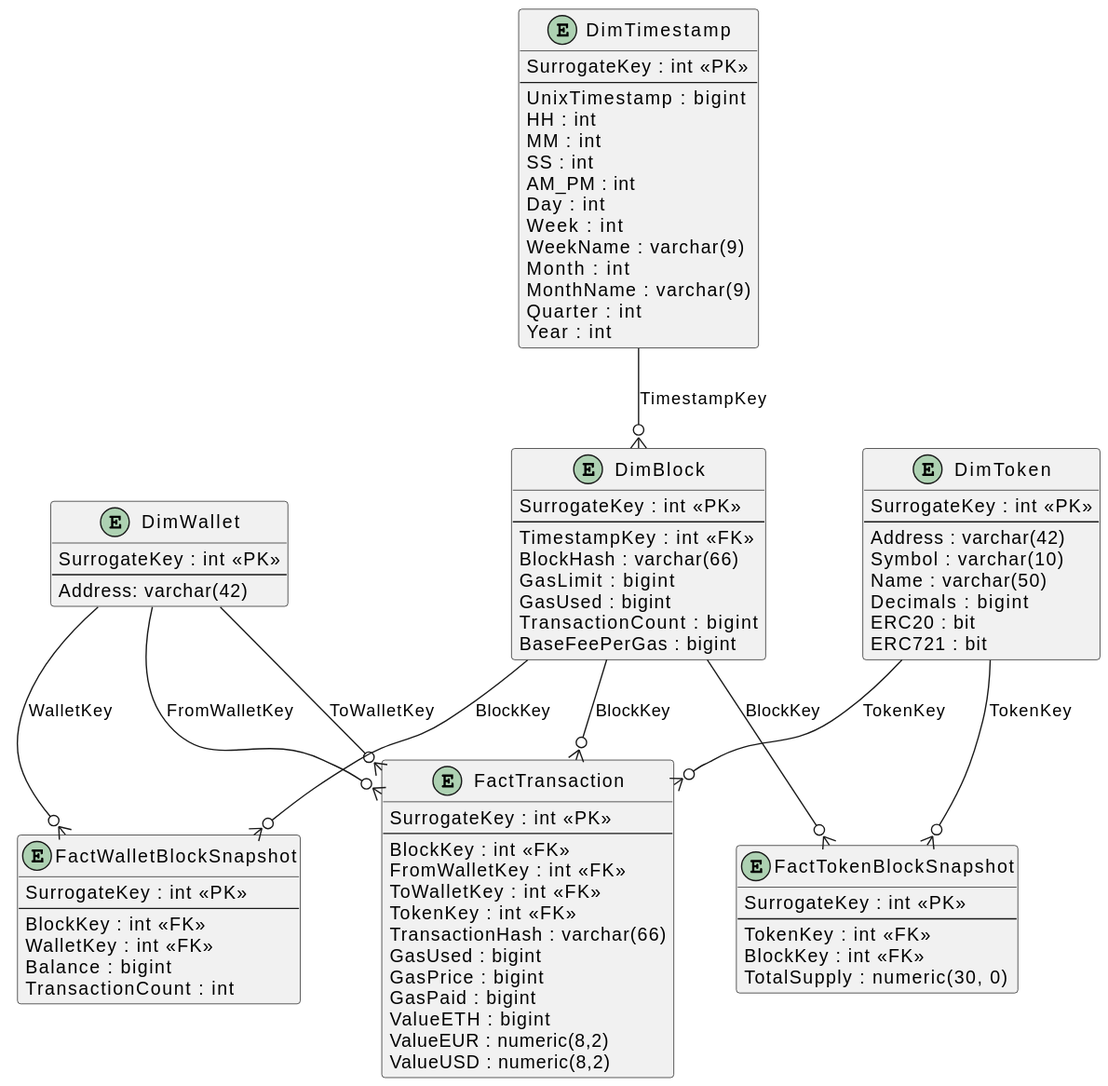
8200383/ethereum-chain-analysis-and-data-warehouse-design keeps this PlantUML diagram as diagrams/DW.svg. Above is the earlier version. Source of this version:
```plantuml
@startuml
entity "FactTransaction" {
   SurrogateKey : int <<PK>>
--
   BlockKey : int <<FK>>
   FromWalletKey : int <<FK>>
   ToWalletKey : int <<FK>>
   TokenKey : int <<FK>>
   TransactionHash : varchar(66)
   GasUsed : bigint
   GasPrice : bigint
   GasPaid : bigint
   ValueETH : bigint
   ValueEUR : numeric(8,2)
   ValueUSD : numeric(8,2)
}
entity "DimTimestamp" {
   SurrogateKey : int <<PK>>
  --
   UnixTimestamp : bigint
   HH : int
   MM : int
   SS : int
   AM_PM : int
   Day : int
   Week : int
   WeekName : varchar(9)
   Month : int
   MonthName : varchar(9)
   Quarter : int
   Year : int
}

entity "DimBlock" {
   SurrogateKey : int <<PK>>
  --
   TimestampKey : int <<FK>>
   BlockHash : varchar(66)
   GasLimit : bigint
   GasUsed : bigint
   TransactionCount : bigint
   BaseFeePerGas : bigint
}

entity "DimToken" {
   SurrogateKey : int <<PK>>
--
   Address : varchar(42)
   Symbol : varchar(10)
   Name : varchar(50)
   Decimals : bigint
   ERC20 : bit
   ERC721 : bit
}

entity "FactTokenBlockSnapshot" {
   SurrogateKey : int <<PK>>
  --
   TokenKey : int <<FK>>
   BlockKey : int <<FK>>
   TotalSupply : numeric(30, 0)
}

entity "FactWalletBlockSnapshot" {
   SurrogateKey : int <<PK>>
  --
   BlockKey : int <<FK>>
   WalletKey : int <<FK>>
   Balance : bigint
   TransactionCount : int
}
entity "DimWallet" {
SurrogateKey : int <<PK>>
--
Address: varchar(42)
}
"DimWallet" --o{ "FactTransaction" : "FromWalletKey"
"DimWallet" --o{ "FactTransaction" : "ToWalletKey"
"DimTimestamp" --o{ "DimBlock" : "TimestampKey"
"DimToken" --o{ "FactTokenBlockSnapshot" : "TokenKey"
"DimBlock" --o{ "FactTokenBlockSnapshot" : "BlockKey"
"DimBlock" --o{ "FactWalletBlockSnapshot" : "BlockKey"
"DimWallet" --o{ "FactWalletBlockSnapshot" : "WalletKey"
"DimBlock" --o{ "FactTransaction" : "BlockKey"
"DimToken" --o{ "FactTransaction" : "TokenKey"
@enduml
```
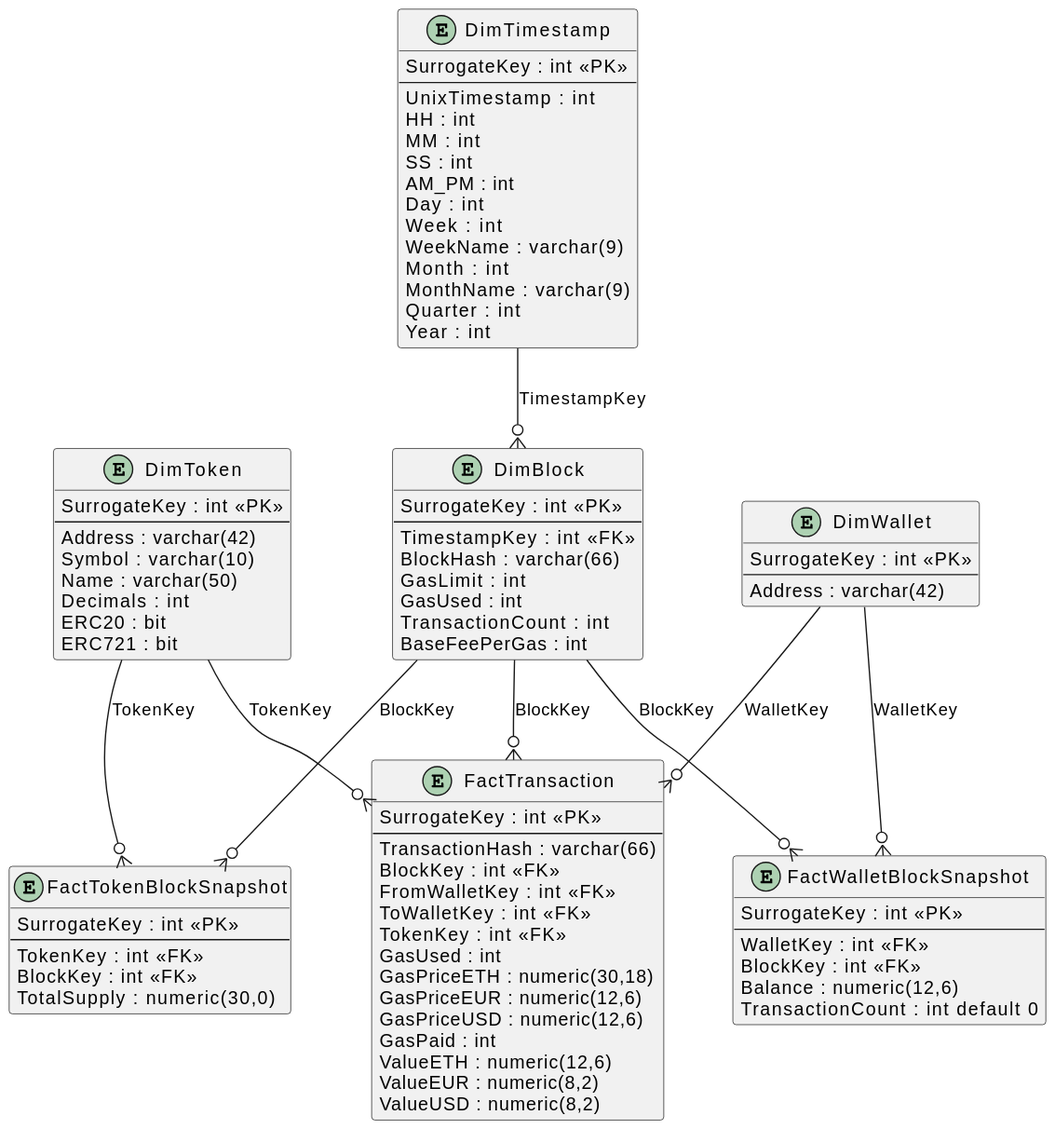
Later version of the same file.

Change to the diagram source:
```diff
@@ -1,81 +1,87 @@
 @startuml
-entity "FactTransaction" {
-   SurrogateKey : int <<PK>>
+!define FOREIGN_KEY(c1, t1, c2, t2) c1 --|> t1 : c1
+!define PRIMARY_KEY(c, t) c --|> t : c
+
+entity "DimTimestamp" {
+  SurrogateKey : int <<PK>>
 --
-   BlockKey : int <<FK>>
-   FromWalletKey : int <<FK>>
-   ToWalletKey : int <<FK>>
-   TokenKey : int <<FK>>
-   TransactionHash : varchar(66)
-   GasUsed : bigint
-   GasPrice : bigint
-   GasPaid : bigint
-   ValueETH : bigint
-   ValueEUR : numeric(8,2)
-   ValueUSD : numeric(8,2)
-}
-entity "DimTimestamp" {
-   SurrogateKey : int <<PK>>
-  --
-   UnixTimestamp : bigint
-   HH : int
-   MM : int
-   SS : int
-   AM_PM : int
-   Day : int
-   Week : int
-   WeekName : varchar(9)
-   Month : int
-   MonthName : varchar(9)
-   Quarter : int
-   Year : int
+  UnixTimestamp : int
+  HH : int
+  MM : int
+  SS : int
+  AM_PM : int
+  Day : int
+  Week : int
+  WeekName : varchar(9)
+  Month : int
+  MonthName : varchar(9)
+  Quarter : int
+  Year : int
 }
 
 entity "DimBlock" {
-   SurrogateKey : int <<PK>>
-  --
-   TimestampKey : int <<FK>>
-   BlockHash : varchar(66)
-   GasLimit : bigint
-   GasUsed : bigint
-   TransactionCount : bigint
-   BaseFeePerGas : bigint
+  SurrogateKey : int <<PK>>
+--
+  TimestampKey : int <<FK>>
+  BlockHash : varchar(66)
+  GasLimit : int
+  GasUsed : int
+  TransactionCount : int
+  BaseFeePerGas : int
 }
 
 entity "DimToken" {
-   SurrogateKey : int <<PK>>
+  SurrogateKey : int <<PK>>
 --
-   Address : varchar(42)
-   Symbol : varchar(10)
-   Name : varchar(50)
-   Decimals : bigint
-   ERC20 : bit
-   ERC721 : bit
+  Address : varchar(42)
+  Symbol : varchar(10)
+  Name : varchar(50)
+  Decimals : int
+  ERC20 : bit
+  ERC721 : bit
+}
+
+entity "DimWallet" {
+  SurrogateKey : int <<PK>>
+--
+  Address : varchar(42)
 }
 
 entity "FactTokenBlockSnapshot" {
-   SurrogateKey : int <<PK>>
-  --
-   TokenKey : int <<FK>>
-   BlockKey : int <<FK>>
-   TotalSupply : numeric(30, 0)
+  SurrogateKey : int <<PK>>
+--
+  TokenKey : int <<FK>>
+  BlockKey : int <<FK>>
+  TotalSupply : numeric(30,0)
 }
 
 entity "FactWalletBlockSnapshot" {
-   SurrogateKey : int <<PK>>
-  --
-   BlockKey : int <<FK>>
-   WalletKey : int <<FK>>
-   Balance : bigint
-   TransactionCount : int
+  SurrogateKey : int <<PK>>
+--
+  WalletKey : int <<FK>>
+  BlockKey : int <<FK>>
+  Balance : numeric(12,6)
+  TransactionCount : int default 0
 }
-entity "DimWallet" {
-SurrogateKey : int <<PK>>
+
+entity "FactTransaction" {
+  SurrogateKey : int <<PK>>
 --
-Address: varchar(42)
+  TransactionHash : varchar(66)
+  BlockKey : int <<FK>>
+  FromWalletKey : int <<FK>>
+  ToWalletKey : int <<FK>>
+  TokenKey : int <<FK>>
+  GasUsed : int
+  GasPriceETH : numeric(30,18)
+  GasPriceEUR : numeric(12,6)
+  GasPriceUSD : numeric(12,6)
+  GasPaid : int
+  ValueETH : numeric(12,6)
+  ValueEUR : numeric(8,2)
+  ValueUSD : numeric(8,2)
 }
-"DimWallet" --o{ "FactTransaction" : "FromWalletKey"
-"DimWallet" --o{ "FactTransaction" : "ToWalletKey"
+
 "DimTimestamp" --o{ "DimBlock" : "TimestampKey"
 "DimToken" --o{ "FactTokenBlockSnapshot" : "TokenKey"
 "DimBlock" --o{ "FactTokenBlockSnapshot" : "BlockKey"
@@ -83,4 +89,5 @@
 "DimWallet" --o{ "FactWalletBlockSnapshot" : "WalletKey"
 "DimBlock" --o{ "FactTransaction" : "BlockKey"
 "DimToken" --o{ "FactTransaction" : "TokenKey"
+"DimWallet" --o{ "FactTransaction" : "WalletKey"
 @enduml
```
